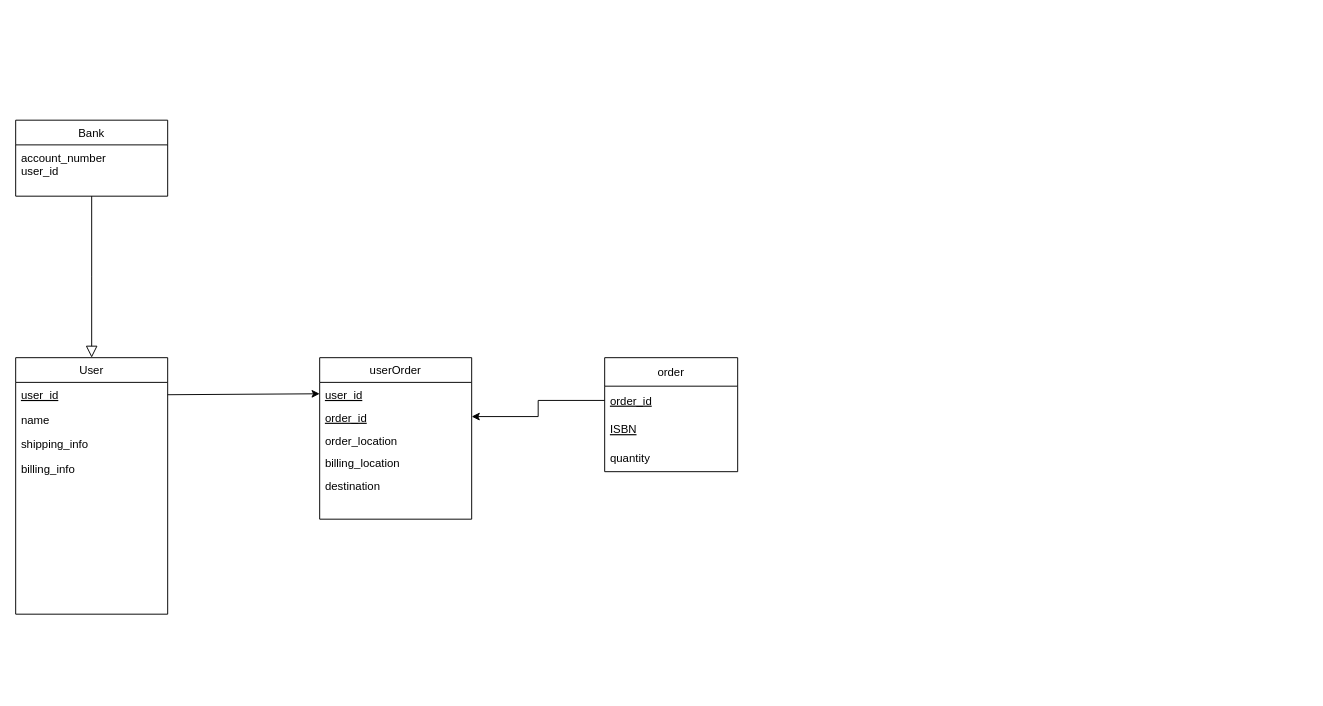
Above: Untitled Diagram.drawio in Owen-Allen/-bookstore (draw.io), before the change. Source tidied: cells renumbered, new cells numbered last; positions are measured from the earlier drawing's top-left corner, leaving out a move shared by most shapes. Both pictures are drawn from the tidied source at 95%, with x=0, y=0 at pixel (15, 120).
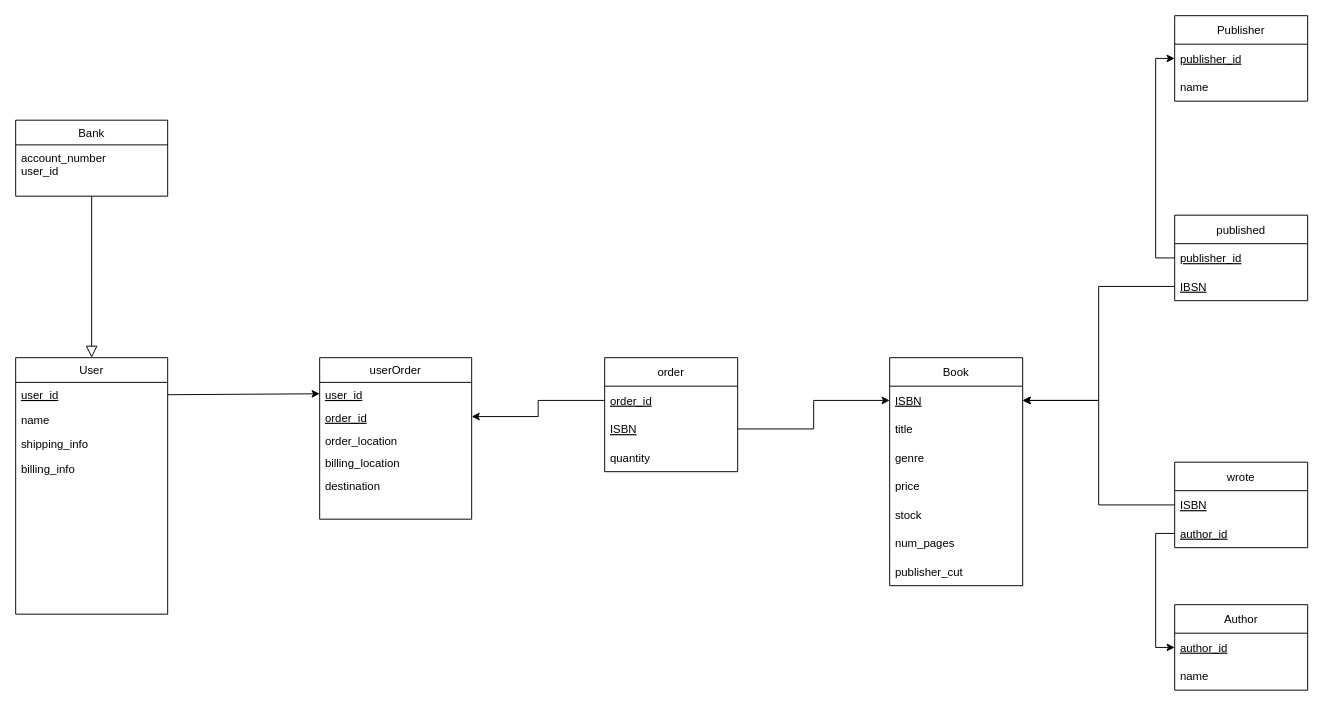
The same page after the edit.

The change refers to these unchanged cells:
```xml
<mxCell id="18" value="ISBN" style="text;strokeColor=none;fillColor=none;align=left;verticalAlign=middle;spacingLeft=4;spacingRight=4;overflow=hidden;points=[[0,0.5],[1,0.5]];portConstraint=eastwest;fontStyle=4;" parent="16" vertex="1">
  <mxGeometry y="60" width="140" height="30" as="geometry" />
</mxCell>
```

Change to the diagram source:
```diff
@@
+    <mxCell id="22" value="Book" style="swimlane;fontStyle=0;horizontal=1;startSize=30;" parent="1" vertex="1">
+      <mxGeometry x="920" y="250" width="140" height="240" as="geometry" />
+    </mxCell>
+    <mxCell id="23" value="ISBN" style="text;strokeColor=none;fillColor=none;align=left;verticalAlign=middle;spacingLeft=4;spacingRight=4;overflow=hidden;points=[[0,0.5],[1,0.5]];portConstraint=eastwest;fontStyle=4;" parent="22" vertex="1">
+      <mxGeometry y="30" width="140" height="30" as="geometry" />
+    </mxCell>
+    <mxCell id="24" value="title" style="text;strokeColor=none;fillColor=none;align=left;verticalAlign=middle;spacingLeft=4;spacingRight=4;overflow=hidden;" parent="22" vertex="1">
+      <mxGeometry y="60" width="140" height="30" as="geometry" />
+    </mxCell>
+    <mxCell id="25" value="genre" style="text;strokeColor=none;fillColor=none;align=left;verticalAlign=middle;spacingLeft=4;spacingRight=4;overflow=hidden;" parent="22" vertex="1">
+      <mxGeometry y="90" width="140" height="30" as="geometry" />
+    </mxCell>
+    <mxCell id="26" value="price" style="text;strokeColor=none;fillColor=none;align=left;verticalAlign=middle;spacingLeft=4;spacingRight=4;overflow=hidden;" parent="22" vertex="1">
+      <mxGeometry y="120" width="140" height="30" as="geometry" />
+    </mxCell>
+    <mxCell id="27" value="stock" style="text;strokeColor=none;fillColor=none;align=left;verticalAlign=middle;spacingLeft=4;spacingRight=4;overflow=hidden;" parent="22" vertex="1">
+      <mxGeometry y="150" width="140" height="30" as="geometry" />
+    </mxCell>
+    <mxCell id="28" value="num_pages" style="text;strokeColor=none;fillColor=none;align=left;verticalAlign=middle;spacingLeft=4;spacingRight=4;overflow=hidden;" parent="22" vertex="1">
+      <mxGeometry y="180" width="140" height="30" as="geometry" />
+    </mxCell>
+    <mxCell id="29" value="publisher_cut" style="text;strokeColor=none;fillColor=none;align=left;verticalAlign=middle;spacingLeft=4;spacingRight=4;overflow=hidden;" parent="22" vertex="1">
+      <mxGeometry y="210" width="140" height="30" as="geometry" />
+    </mxCell>
+    <mxCell id="30" style="edgeStyle=orthogonalEdgeStyle;rounded=0;jettySize=auto;html=1;entryX=0;entryY=0.5;entryDx=0;entryDy=0;" parent="1" edge="1" source="18" target="23">
+      <mxGeometry relative="1" as="geometry" />
+    </mxCell>
+    <mxCell id="31" value="Author" style="swimlane;fontStyle=0;horizontal=1;startSize=30;fillColor=none;gradientColor=none;" parent="1" vertex="1">
+      <mxGeometry x="1220" y="510" width="140" height="90" as="geometry" />
+    </mxCell>
+    <mxCell id="32" value="author_id" style="text;strokeColor=none;fillColor=none;align=left;verticalAlign=middle;spacingLeft=4;spacingRight=4;overflow=hidden;points=[[0,0.5],[1,0.5]];portConstraint=eastwest;fontStyle=4;" parent="31" vertex="1">
+      <mxGeometry y="30" width="140" height="30" as="geometry" />
+    </mxCell>
+    <mxCell id="33" value="name" style="text;strokeColor=none;fillColor=none;align=left;verticalAlign=middle;spacingLeft=4;spacingRight=4;overflow=hidden;" parent="31" vertex="1">
+      <mxGeometry y="60" width="140" height="30" as="geometry" />
+    </mxCell>
+    <mxCell id="34" value="wrote" style="swimlane;fontStyle=0;horizontal=1;startSize=30;fillColor=none;gradientColor=none;" parent="1" vertex="1">
+      <mxGeometry x="1220" y="360" width="140" height="90" as="geometry" />
+    </mxCell>
+    <mxCell id="35" value="ISBN" style="text;strokeColor=none;fillColor=none;align=left;verticalAlign=middle;spacingLeft=4;spacingRight=4;overflow=hidden;points=[[0,0.5],[1,0.5]];portConstraint=eastwest;fontStyle=4;" parent="34" vertex="1">
+      <mxGeometry y="30" width="140" height="30" as="geometry" />
+    </mxCell>
+    <mxCell id="36" value="author_id" style="text;strokeColor=none;fillColor=none;align=left;verticalAlign=middle;spacingLeft=4;spacingRight=4;overflow=hidden;points=[[0,0.5],[1,0.5]];portConstraint=eastwest;fontStyle=4;" parent="34" vertex="1">
+      <mxGeometry y="60" width="140" height="30" as="geometry" />
+    </mxCell>
+    <mxCell id="37" style="edgeStyle=orthogonalEdgeStyle;rounded=0;jettySize=auto;html=1;exitX=0;exitY=0.5;exitDx=0;exitDy=0;entryX=0;entryY=0.5;entryDx=0;entryDy=0;" parent="1" edge="1" source="36" target="32">
+      <mxGeometry relative="1" as="geometry" />
+    </mxCell>
+    <mxCell id="38" style="edgeStyle=orthogonalEdgeStyle;rounded=0;jettySize=auto;html=1;entryX=1;entryY=0.5;entryDx=0;entryDy=0;" parent="1" edge="1" source="35" target="23">
+      <mxGeometry relative="1" as="geometry" />
+    </mxCell>
+    <mxCell id="39" value="published" style="swimlane;fontStyle=0;horizontal=1;startSize=30;fillColor=none;gradientColor=none;" parent="1" vertex="1">
+      <mxGeometry x="1220" y="100" width="140" height="90" as="geometry" />
+    </mxCell>
+    <mxCell id="40" value="publisher_id" style="text;strokeColor=none;fillColor=none;align=left;verticalAlign=middle;spacingLeft=4;spacingRight=4;overflow=hidden;points=[[0,0.5],[1,0.5]];portConstraint=eastwest;fontStyle=4;" parent="39" vertex="1">
+      <mxGeometry y="30" width="140" height="30" as="geometry" />
+    </mxCell>
+    <mxCell id="41" value="IBSN" style="text;strokeColor=none;fillColor=none;align=left;verticalAlign=middle;spacingLeft=4;spacingRight=4;overflow=hidden;points=[[0,0.5],[1,0.5]];portConstraint=eastwest;fontStyle=4;" parent="39" vertex="1">
+      <mxGeometry y="60" width="140" height="30" as="geometry" />
+    </mxCell>
+    <mxCell id="42" value="Publisher" style="swimlane;fontStyle=0;horizontal=1;startSize=30;fillColor=none;gradientColor=none;" parent="1" vertex="1">
+      <mxGeometry x="1220" y="-110" width="140" height="90" as="geometry" />
+    </mxCell>
+    <mxCell id="43" value="publisher_id" style="text;strokeColor=none;fillColor=none;align=left;verticalAlign=middle;spacingLeft=4;spacingRight=4;overflow=hidden;points=[[0,0.5],[1,0.5]];portConstraint=eastwest;fontStyle=4;" parent="42" vertex="1">
+      <mxGeometry y="30" width="140" height="30" as="geometry" />
+    </mxCell>
+    <mxCell id="44" value="name" style="text;strokeColor=none;fillColor=none;align=left;verticalAlign=middle;spacingLeft=4;spacingRight=4;overflow=hidden;" parent="42" vertex="1">
+      <mxGeometry y="60" width="140" height="30" as="geometry" />
+    </mxCell>
+    <mxCell id="45" style="edgeStyle=orthogonalEdgeStyle;rounded=0;jettySize=auto;html=1;entryX=0;entryY=0.5;entryDx=0;entryDy=0;" parent="1" edge="1" source="40" target="43">
+      <mxGeometry relative="1" as="geometry" />
+    </mxCell>
+    <mxCell id="46" style="edgeStyle=orthogonalEdgeStyle;rounded=0;jettySize=auto;html=1;exitX=0;exitY=0.5;exitDx=0;exitDy=0;entryX=1;entryY=0.5;entryDx=0;entryDy=0;" parent="1" edge="1" source="41" target="23">
+      <mxGeometry relative="1" as="geometry" />
+    </mxCell>
```
